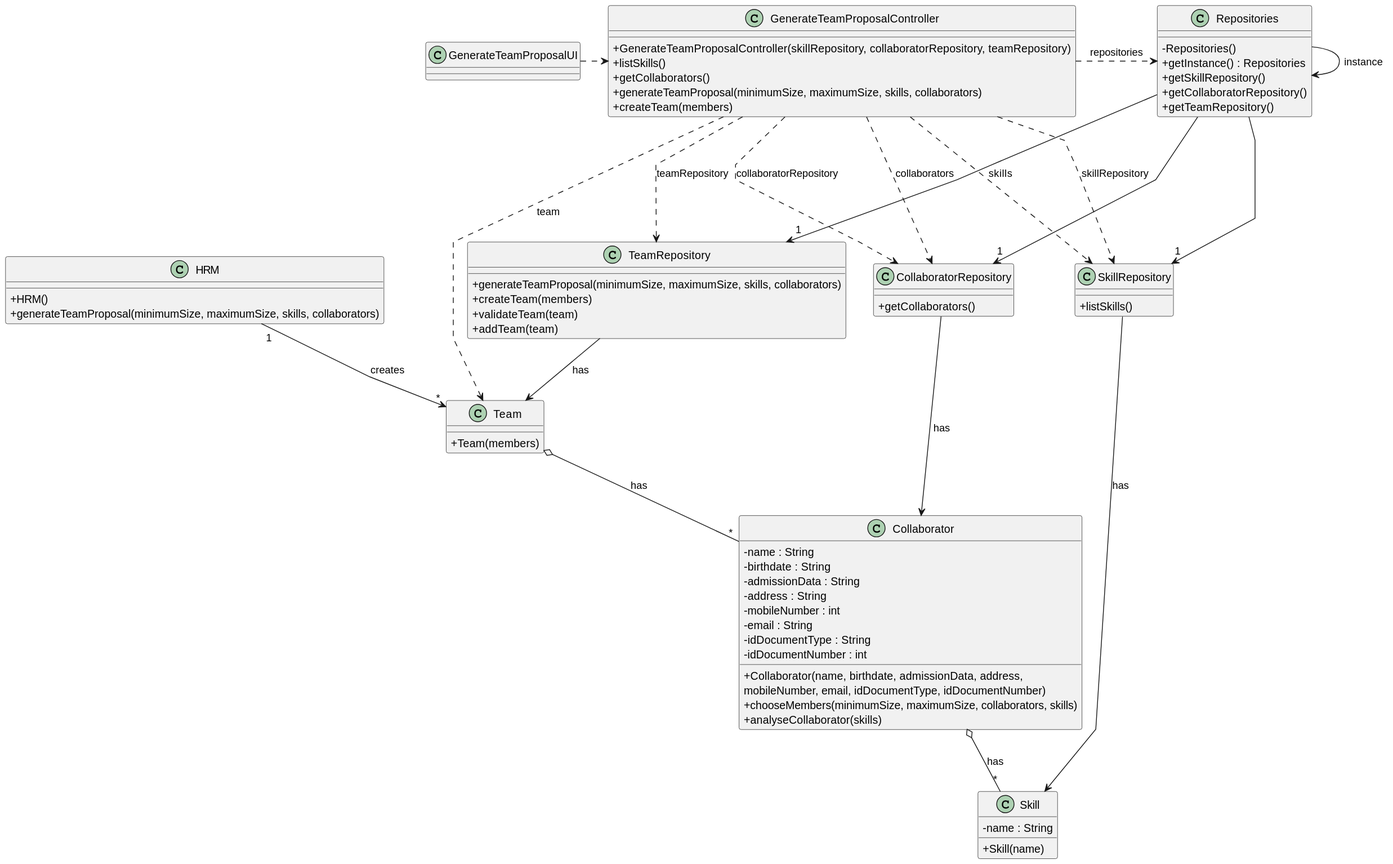
The PlantUML diagram docs/sprintB/us005/03.design/svg/us005-class-diagram.svg in diogoveirospro/lei-24-s2-1dg-g072, before a commit.
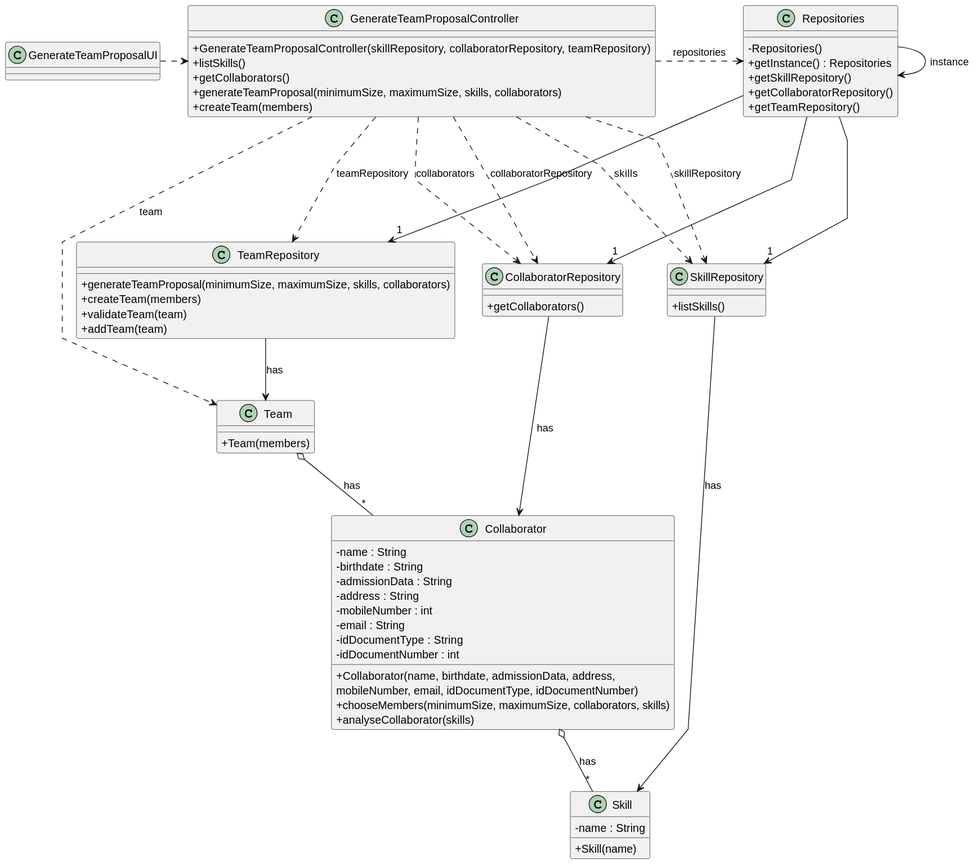
Above is the later version.

Commit message:
Corrected an error in the US2 and US5 class diagrams

The edit, as a diff of the source:
```diff
@@ -5,11 +5,6 @@
 
 skinparam classAttributeIconSize 0
 
-
-class HRM {
-    + HRM()
-    + generateTeamProposal(minimumSize, maximumSize, skills, collaborators)
-}
 
 class GenerateTeamProposalController {
     + GenerateTeamProposalController(skillRepository, collaboratorRepository, teamRepository)
@@ -82,7 +77,6 @@
 GenerateTeamProposalController .> CollaboratorRepository : collaboratorRepository
 GenerateTeamProposalController .> TeamRepository : teamRepository
 
-HRM "1" --> "*" Team : creates
 Team  o-- "*" Collaborator : has
 Collaborator  o-- "*" Skill : has
 
```
